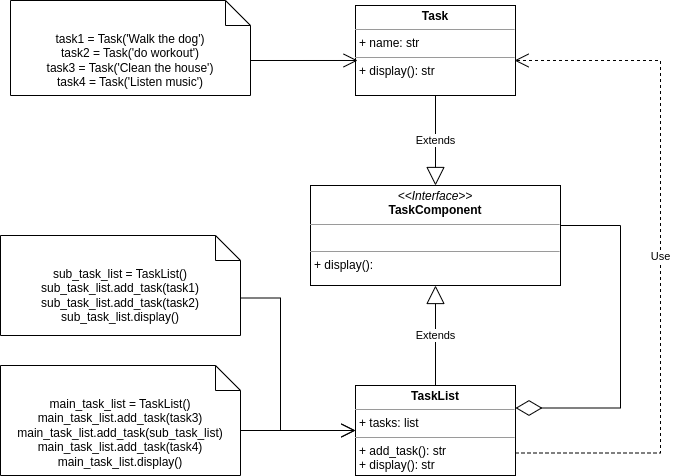
This is StructuralPatterns/UMLdiagramsClass/composite.drawio.png from VitaliyKuzhil/PythonPatternsProject, a draw.io export, as it was before one commit. Source tidied: cells renumbered, new cells last; positions are measured from the earlier drawing's top-left corner, leaving out a move shared by most shapes.
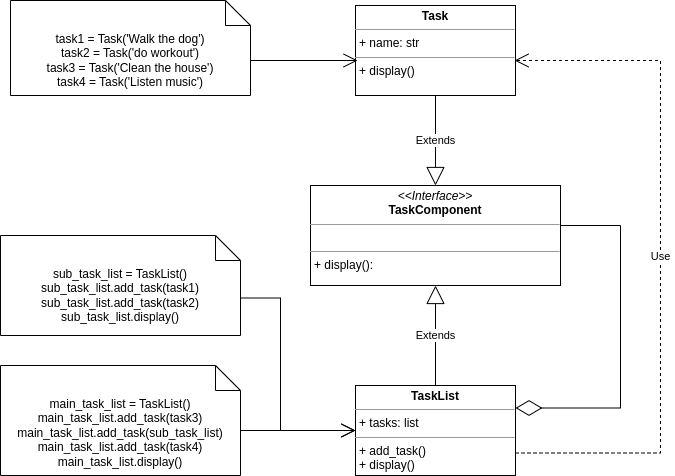
The same diagram one commit later.

Commit message:
Minor fix diagrams Bridge and Composite

The edit, as a diff of the source:
```diff
@@ -2,10 +2,10 @@
   <root>
     <mxCell id="0" />
     <mxCell id="1" parent="0" />
-    <mxCell id="2" value="&lt;p style=&quot;margin:0px;margin-top:4px;text-align:center;&quot;&gt;&lt;b&gt;Task&lt;/b&gt;&lt;/p&gt;&lt;hr size=&quot;1&quot;&gt;&lt;p style=&quot;margin:0px;margin-left:4px;&quot;&gt;+ name: str&lt;/p&gt;&lt;hr size=&quot;1&quot;&gt;&lt;p style=&quot;margin:0px;margin-left:4px;&quot;&gt;+ display(): str&lt;/p&gt;" style="verticalAlign=top;align=left;overflow=fill;fontSize=12;fontFamily=Helvetica;html=1;whiteSpace=wrap;" parent="1" vertex="1">
+    <mxCell id="2" value="&lt;p style=&quot;margin:0px;margin-top:4px;text-align:center;&quot;&gt;&lt;b&gt;Task&lt;/b&gt;&lt;/p&gt;&lt;hr size=&quot;1&quot;&gt;&lt;p style=&quot;margin:0px;margin-left:4px;&quot;&gt;+ name: str&lt;/p&gt;&lt;hr size=&quot;1&quot;&gt;&lt;p style=&quot;margin:0px;margin-left:4px;&quot;&gt;+ display()&lt;/p&gt;" style="verticalAlign=top;align=left;overflow=fill;fontSize=12;fontFamily=Helvetica;html=1;whiteSpace=wrap;" parent="1" vertex="1">
       <mxGeometry x="355" y="5" width="160" height="90" as="geometry" />
     </mxCell>
-    <mxCell id="3" value="&lt;p style=&quot;margin:0px;margin-top:4px;text-align:center;&quot;&gt;&lt;b&gt;TaskList&lt;/b&gt;&lt;/p&gt;&lt;hr size=&quot;1&quot;&gt;&lt;p style=&quot;margin:0px;margin-left:4px;&quot;&gt;+ tasks: list&lt;/p&gt;&lt;hr size=&quot;1&quot;&gt;&lt;p style=&quot;margin:0px;margin-left:4px;&quot;&gt;+ add_task(): str&lt;br&gt;+ display(): str&lt;/p&gt;" style="verticalAlign=top;align=left;overflow=fill;fontSize=12;fontFamily=Helvetica;html=1;whiteSpace=wrap;" parent="1" vertex="1">
+    <mxCell id="3" value="&lt;p style=&quot;margin:0px;margin-top:4px;text-align:center;&quot;&gt;&lt;b&gt;TaskList&lt;/b&gt;&lt;/p&gt;&lt;hr size=&quot;1&quot;&gt;&lt;p style=&quot;margin:0px;margin-left:4px;&quot;&gt;+ tasks: list&lt;/p&gt;&lt;hr size=&quot;1&quot;&gt;&lt;p style=&quot;margin:0px;margin-left:4px;&quot;&gt;+ add_task()&lt;br&gt;+ display()&lt;/p&gt;" style="verticalAlign=top;align=left;overflow=fill;fontSize=12;fontFamily=Helvetica;html=1;whiteSpace=wrap;" parent="1" vertex="1">
       <mxGeometry x="355" y="385" width="160" height="90" as="geometry" />
     </mxCell>
     <mxCell id="4" style="endArrow=diamondThin;endFill=0;endSize=24;html=1;rounded=0;entryX=1;entryY=0.25;entryDx=0;entryDy=0;edgeStyle=orthogonalEdgeStyle;exitX=1;exitY=0.4;exitDx=0;exitDy=0;exitPerimeter=0;" parent="1" edge="1" source="11" target="3">
```
